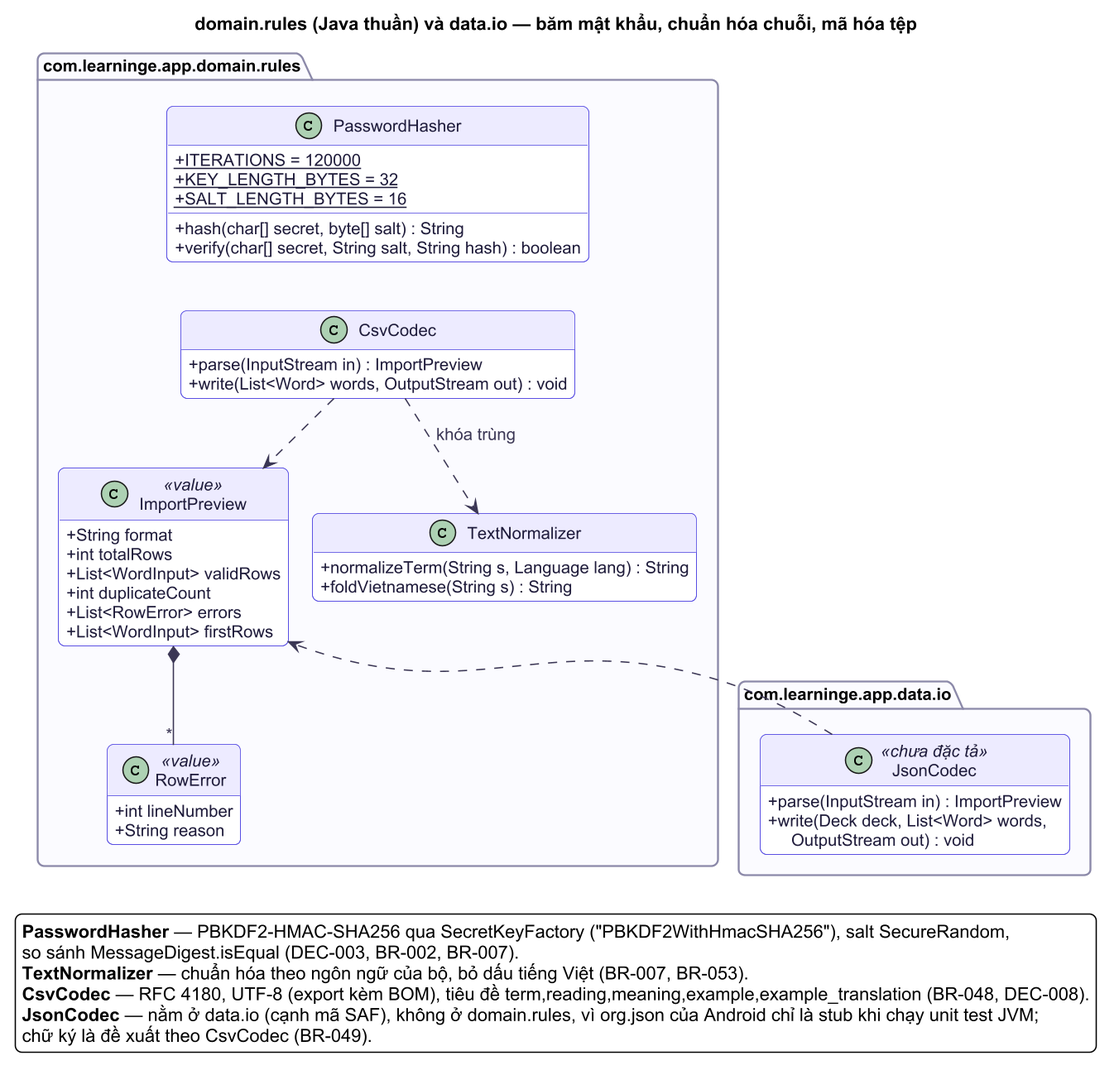
Above: docs/diagrams/class/cls-rules-security-io.png in at1308033-sketch/LearningE_app (PlantUML), before the change.
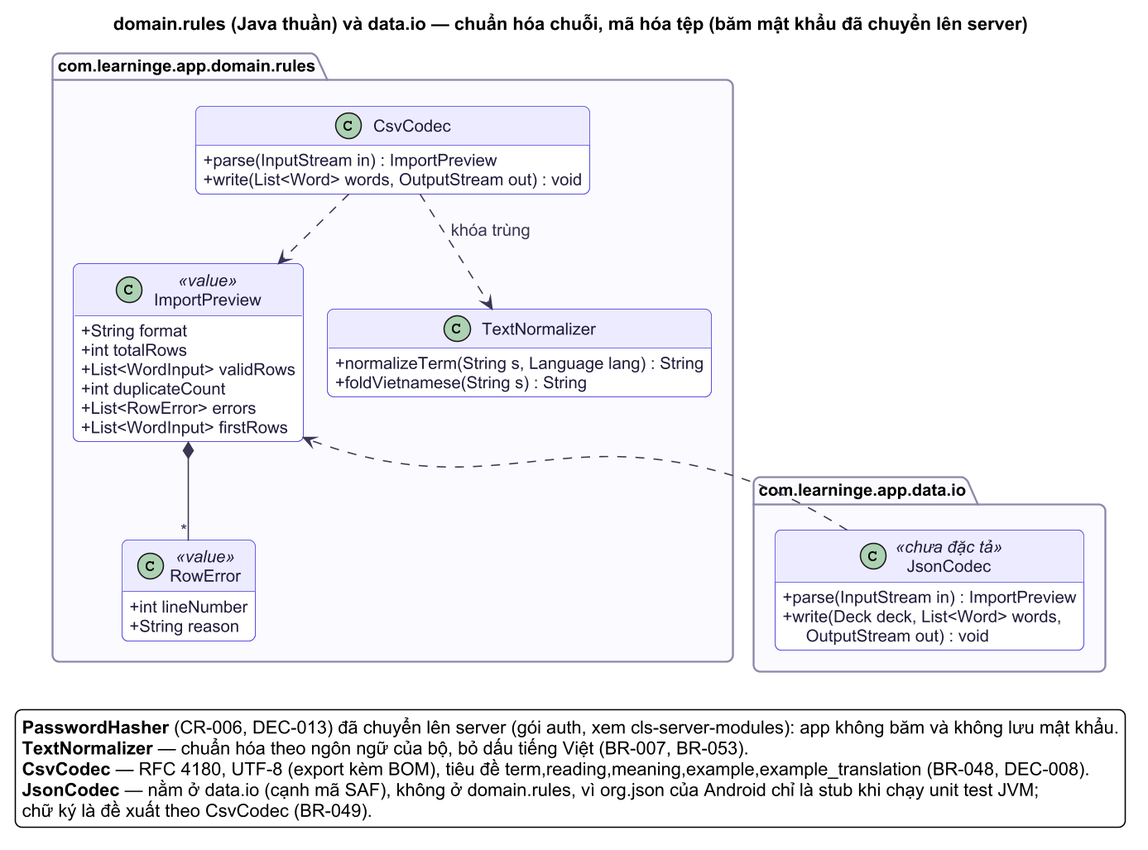
Later version of the same file.

The edit, as a diff of the source:
```diff
@@ -1,18 +1,11 @@
 @startuml
 !include ../_style.puml
 set separator none
-title domain.rules (Java thuần) và data.io — băm mật khẩu, chuẩn hóa chuỗi, mã hóa tệp
+title domain.rules (Java thuần) và data.io — chuẩn hóa chuỗi, mã hóa tệp (băm mật khẩu đã chuyển lên server)
 skinparam classAttributeIconSize 0
 hide empty members
 
 package "com.learninge.app.domain.rules" {
-  class PasswordHasher {
-    +{static} ITERATIONS = 120000
-    +{static} KEY_LENGTH_BYTES = 32
-    +{static} SALT_LENGTH_BYTES = 16
-    +hash(char[] secret, byte[] salt) : String
-    +verify(char[] secret, String salt, String hash) : boolean
-  }
   class TextNormalizer {
     +normalizeTerm(String s, Language lang) : String
     +foldVietnamese(String s) : String
@@ -42,7 +35,6 @@
   }
 }
 
-PasswordHasher -[hidden]down- CsvCodec
 TextNormalizer -[hidden]down- JsonCodec
 CsvCodec ..> ImportPreview
 JsonCodec ..> ImportPreview
@@ -50,8 +42,7 @@
 CsvCodec ..> TextNormalizer : khóa trùng
 
 legend bottom
-  <b>PasswordHasher</b> — PBKDF2-HMAC-SHA256 qua SecretKeyFactory ("PBKDF2WithHmacSHA256"), salt SecureRandom,
-  so sánh MessageDigest.isEqual (DEC-003, BR-002, BR-007).
+  <b>PasswordHasher</b> (CR-006, DEC-013) đã chuyển lên server (gói auth, xem cls-server-modules): app không băm và không lưu mật khẩu.
   <b>TextNormalizer</b> — chuẩn hóa theo ngôn ngữ của bộ, bỏ dấu tiếng Việt (BR-007, BR-053).
   <b>CsvCodec</b> — RFC 4180, UTF-8 (export kèm BOM), tiêu đề term,reading,meaning,example,example_translation (BR-048, DEC-008).
   <b>JsonCodec</b> — nằm ở data.io (cạnh mã SAF), không ở domain.rules, vì org.json của Android chỉ là stub khi chạy unit test JVM;
```
